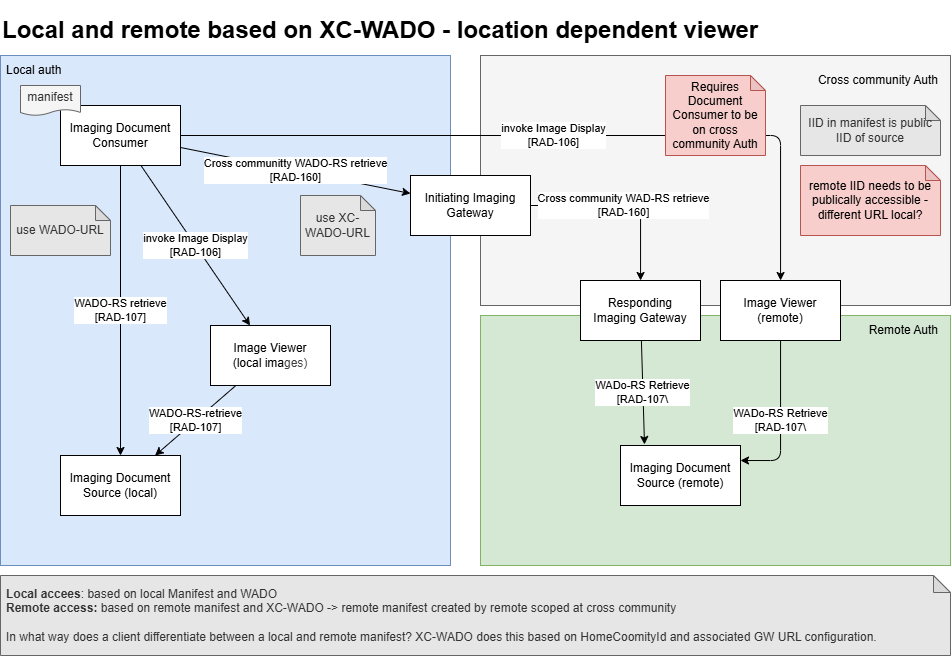
The draw.io diagram mado-profile-images/actors-3-remote-remote-viewer.drawio.png in hl7-eu/imaging-manifest, before a commit. Source tidied: cells renumbered, new cells last; positions are measured from the earlier drawing's top-left corner, leaving out a move shared by most shapes.
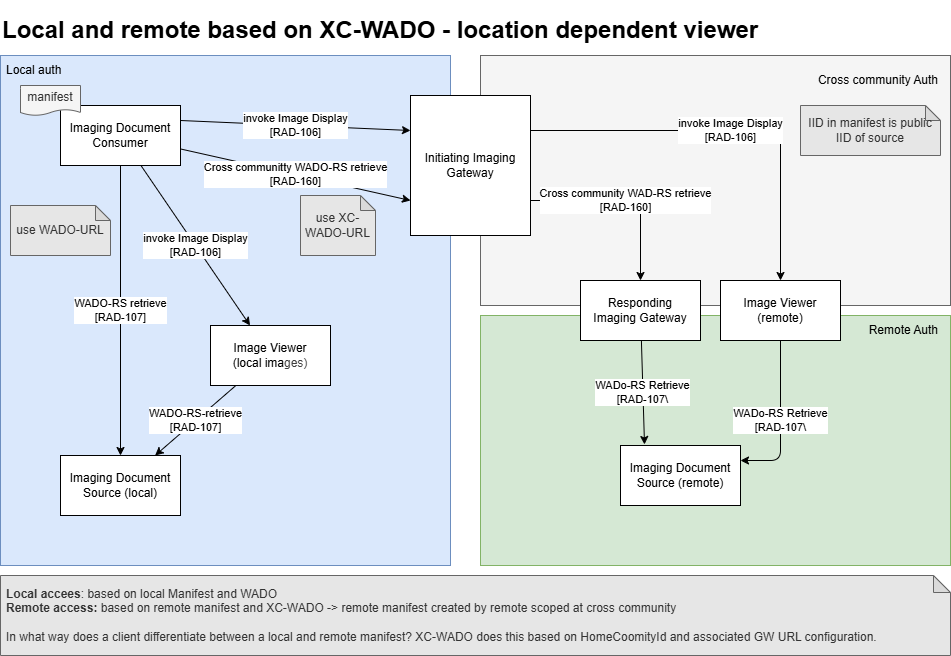
Above is the later version.

What changed in the source:
```diff
@@ -20,16 +20,16 @@
     <mxCell id="7" value="Local auth" style="text;html=1;align=left;verticalAlign=middle;whiteSpace=wrap;rounded=0;spacingLeft=4;" parent="1" vertex="1">
       <mxGeometry y="40" width="190" height="30" as="geometry" />
     </mxCell>
-    <mxCell id="8" value="Cross community WAD-RS retrieve&lt;div&gt;[RAD-160]&lt;/div&gt;" style="edgeStyle=orthogonalEdgeStyle;html=1;exitX=1;exitY=0.5;exitDx=0;exitDy=0;" parent="1" edge="1" source="9" target="16">
+    <mxCell id="8" value="Cross community WAD-RS retrieve&lt;div&gt;[RAD-160]&lt;/div&gt;" style="edgeStyle=orthogonalEdgeStyle;html=1;exitX=1;exitY=0.75;exitDx=0;exitDy=0;" parent="1" edge="1" source="9" target="16">
       <mxGeometry relative="1" as="geometry" />
     </mxCell>
     <mxCell id="9" value="Initiating Imaging Gateway" style="whiteSpace=wrap;html=1;" parent="1" vertex="1">
-      <mxGeometry x="410" y="160" width="120" height="60" as="geometry" />
+      <mxGeometry x="410" y="80" width="120" height="140" as="geometry" />
     </mxCell>
-    <mxCell id="10" value="invoke Image Display&lt;div&gt;[RAD-106]&lt;/div&gt;" style="edgeStyle=orthogonalEdgeStyle;html=1;" parent="1" edge="1" source="12" target="13">
+    <mxCell id="10" value="invoke Image Display&lt;div&gt;[RAD-106]&lt;/div&gt;" style="edgeStyle=orthogonalEdgeStyle;html=1;exitX=1;exitY=0.25;exitDx=0;exitDy=0;" parent="1" edge="1" source="9" target="13">
       <mxGeometry relative="1" as="geometry" />
     </mxCell>
-    <mxCell id="11" value="Cross communitty WADO-RS retrieve&lt;div&gt;[RAD-160]&lt;/div&gt;" style="edgeStyle=none;html=1;" parent="1" edge="1" source="12" target="9">
+    <mxCell id="11" value="Cross communitty WADO-RS retrieve&lt;div&gt;[RAD-160]&lt;/div&gt;" style="edgeStyle=none;html=1;entryX=0;entryY=0.75;entryDx=0;entryDy=0;" parent="1" edge="1" source="12" target="9">
       <mxGeometry relative="1" as="geometry" />
     </mxCell>
     <mxCell id="12" value="Imaging Document&lt;div&gt;Consumer&lt;/div&gt;" style="whiteSpace=wrap;html=1;" parent="1" vertex="1">
@@ -65,12 +65,6 @@
     <mxCell id="22" value="use XC-WADO-URL" style="shape=note;whiteSpace=wrap;html=1;backgroundOutline=1;darkOpacity=0.05;fillColor=#E6E6E6;fontColor=#333333;strokeColor=#666666;size=15;" parent="1" vertex="1">
       <mxGeometry x="300" y="180" width="75" height="60" as="geometry" />
     </mxCell>
-    <mxCell id="23" value="Requires Document Consumer to be on cross community Auth" style="shape=note;whiteSpace=wrap;html=1;backgroundOutline=1;darkOpacity=0.05;fillColor=#f8cecc;strokeColor=#b85450;size=15;" parent="1" vertex="1">
-      <mxGeometry x="665" y="60" width="100" height="80" as="geometry" />
-    </mxCell>
-    <mxCell id="24" value="remote IID needs to be publically accessible - different URL local?" style="shape=note;whiteSpace=wrap;html=1;backgroundOutline=1;darkOpacity=0.05;fillColor=#f8cecc;strokeColor=#b85450;size=15;" parent="1" vertex="1">
-      <mxGeometry x="800" y="150" width="140" height="70" as="geometry" />
-    </mxCell>
     <mxCell id="25" value="invoke Image Display&lt;div&gt;[RAD-106]&lt;/div&gt;" style="edgeStyle=none;html=1;" parent="1" edge="1" source="12" target="27">
       <mxGeometry relative="1" as="geometry" />
     </mxCell>
@@ -89,5 +83,8 @@
     <mxCell id="30" value="manifest" style="shape=document;whiteSpace=wrap;html=1;boundedLbl=1;fillColor=#f5f5f5;fontColor=#333333;strokeColor=#666666;size=0.2;" parent="1" vertex="1">
       <mxGeometry x="20" y="70" width="60" height="30" as="geometry" />
     </mxCell>
+    <mxCell id="31" value="invoke Image Display&lt;div&gt;[RAD-106]&lt;/div&gt;" style="html=1;exitX=1;exitY=0.25;exitDx=0;exitDy=0;entryX=0;entryY=0.25;entryDx=0;entryDy=0;" parent="1" edge="1" source="12" target="9">
+      <mxGeometry relative="1" as="geometry" />
+    </mxCell>
   </root>
 </mxGraphModel>
```
